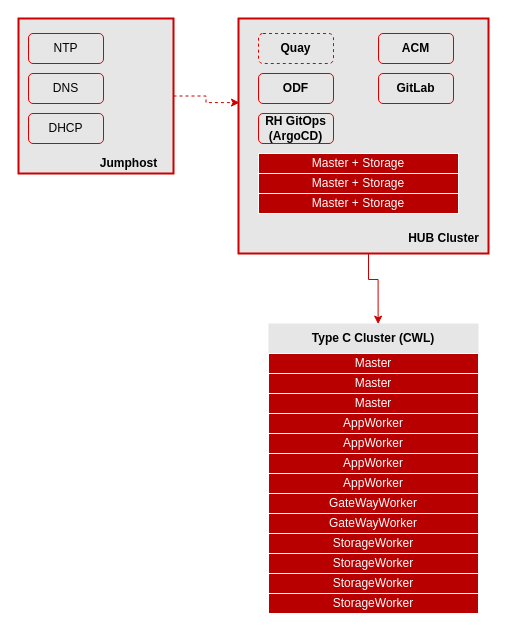
This is Untitled hub-cluster-hp.drawio from ansvu/ava-project, a draw.io file, before an edit. Source tidied: cells renumbered, new cells numbered last; positions are measured from the earlier drawing's top-left corner, leaving out a move shared by most shapes. Both pictures are drawn from the tidied source at 100%, with x=0, y=0 at pixel (18, 18).
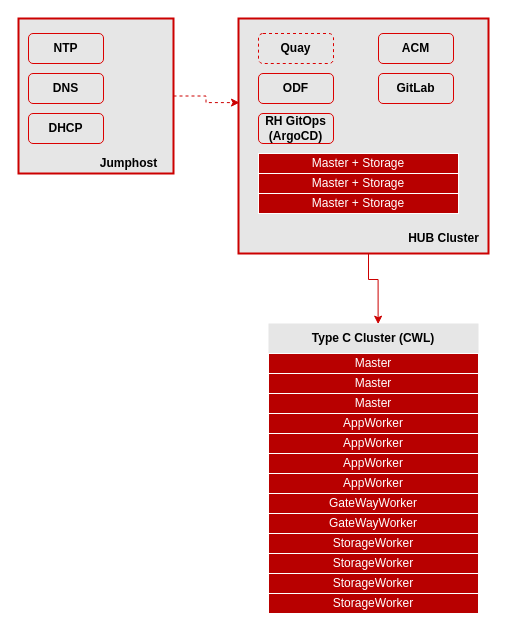
The same diagram, later.

The edit, as a diff of the source:
```diff
@@
-    <mxCell id="4" value="NTP" style="rounded=1;whiteSpace=wrap;html=1;strokeColor=#DB0000;fillColor=#E6E6E6;" parent="1" vertex="1">
+    <mxCell id="4" value="&lt;b&gt;NTP&lt;/b&gt;" style="rounded=1;whiteSpace=wrap;html=1;strokeColor=#DB0000;fillColor=#E6E6E6;" parent="1" vertex="1">
       <mxGeometry x="10" y="15" width="75" height="30" as="geometry" />
     </mxCell>
-    <mxCell id="5" value="DNS" style="rounded=1;whiteSpace=wrap;html=1;strokeColor=#DB0000;fillColor=#E6E6E6;" parent="1" vertex="1">
+    <mxCell id="5" value="&lt;b&gt;DNS&lt;/b&gt;" style="rounded=1;whiteSpace=wrap;html=1;strokeColor=#DB0000;fillColor=#E6E6E6;" parent="1" vertex="1">
       <mxGeometry x="10" y="55" width="75" height="30" as="geometry" />
     </mxCell>
-    <mxCell id="6" value="DHCP" style="rounded=1;whiteSpace=wrap;html=1;strokeColor=#DB0000;fillColor=#E6E6E6;" parent="1" vertex="1">
+    <mxCell id="6" value="&lt;b&gt;DHCP&lt;/b&gt;" style="rounded=1;whiteSpace=wrap;html=1;strokeColor=#DB0000;fillColor=#E6E6E6;" parent="1" vertex="1">
       <mxGeometry x="10" y="95" width="75" height="30" as="geometry" />
     </mxCell>
```
